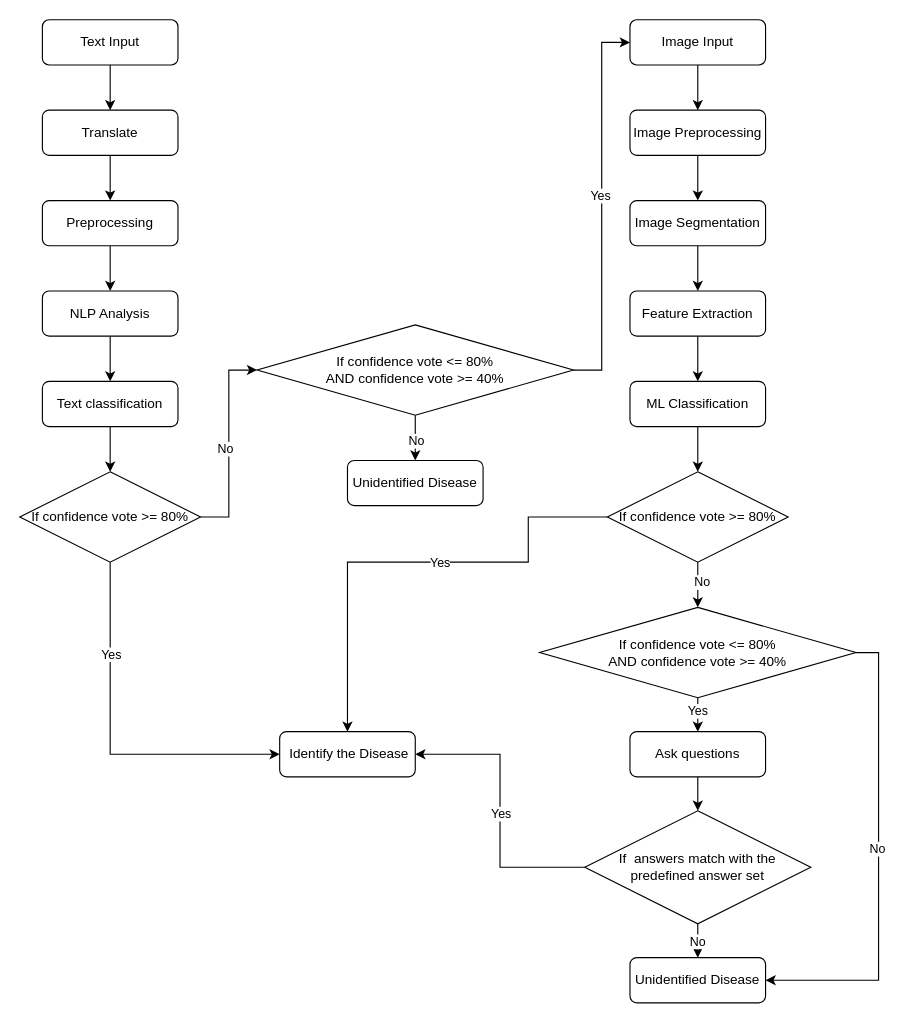
Above: page "Page-1" (1 of 3) of Untitled Diagram.drawio in Nayanathara00/Nayanathara00 (draw.io), before the change. Source tidied: cells renumbered, new cells numbered last; positions are measured from the earlier drawing's top-left corner, leaving out a move shared by most shapes. Both pictures are drawn from the tidied source at 113%, with x=0, y=0 at pixel (19, 19).
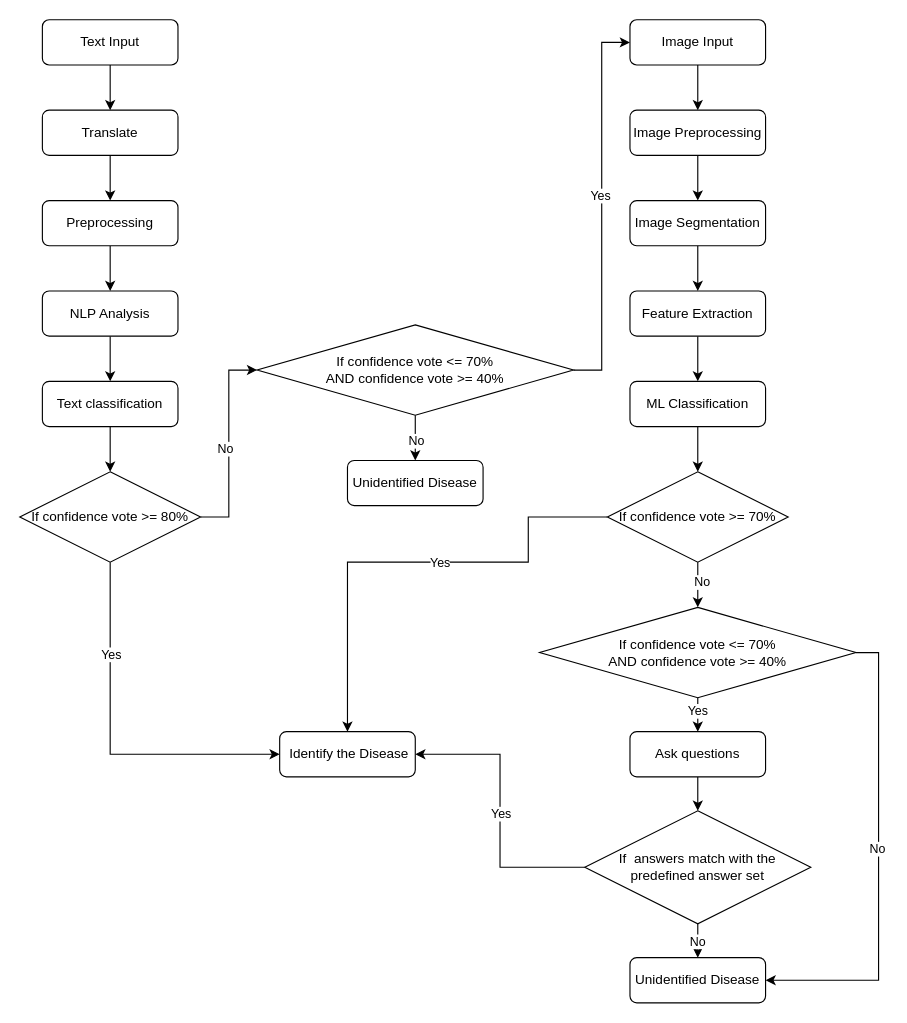
The same page after the edit.

The edit, as a diff of the source:
```diff
@@
-    <mxCell id="31" value="If confidence vote &amp;gt;= 80%" style="rhombus;whiteSpace=wrap;html=1;" parent="1" vertex="1">
+    <mxCell id="31" value="If confidence vote &amp;gt;= 70%" style="rhombus;whiteSpace=wrap;html=1;" parent="1" vertex="1">
       <mxGeometry x="520" y="400" width="160" height="80" as="geometry" />
     </mxCell>
@@
-    <mxCell id="45" value="If confidence vote &amp;lt;= 80%&lt;div&gt;AND confidence vote &amp;gt;= 40%&lt;/div&gt;" style="rhombus;whiteSpace=wrap;html=1;" parent="1" vertex="1">
+    <mxCell id="45" value="If confidence vote &amp;lt;= 70%&lt;div&gt;AND confidence vote &amp;gt;= 40%&lt;/div&gt;" style="rhombus;whiteSpace=wrap;html=1;" parent="1" vertex="1">
       <mxGeometry x="460" y="520" width="280" height="80" as="geometry" />
     </mxCell>
@@
-    <mxCell id="50" value="If confidence vote &amp;lt;= 80%&lt;div&gt;AND confidence vote &amp;gt;= 40%&lt;/div&gt;" style="rhombus;whiteSpace=wrap;html=1;" parent="1" vertex="1">
+    <mxCell id="50" value="If confidence vote &amp;lt;= 70%&lt;div&gt;AND confidence vote &amp;gt;= 40%&lt;/div&gt;" style="rhombus;whiteSpace=wrap;html=1;" parent="1" vertex="1">
       <mxGeometry x="210" y="270" width="280" height="80" as="geometry" />
     </mxCell>
```
